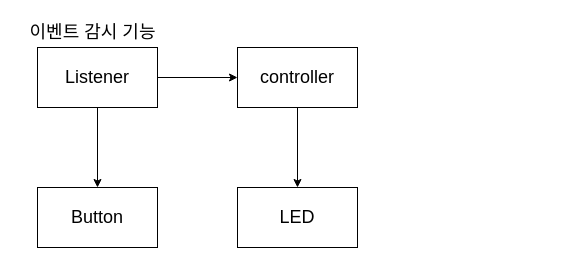
Earlier version of the draw.io diagram page "페이지-2" (2 of 2) of sw_design/architecture.drawio (Kang9609/StandLight-1). Source tidied: cells renumbered, new cells numbered last; positions are measured from the earlier drawing's top-left corner, leaving out a move shared by most shapes. Both pictures are drawn from the tidied source at 100%, with x=0, y=0 at pixel (17, 17).
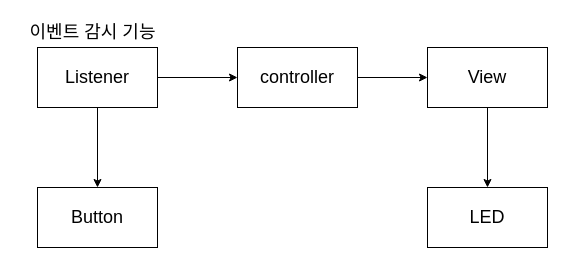
Above is the later version.

Commit message (it also covers changes not shown here):
View object 추가

The edit, as a diff of the source:
```diff
@@
 <mxGraphModel>
   <root>
     <mxCell id="0" />
     <mxCell id="1" parent="0" />
     <mxCell id="2" value="Button" style="whiteSpace=wrap;html=1;fontSize=18;" parent="1" vertex="1">
       <mxGeometry x="20" y="170" width="120" height="60" as="geometry" />
     </mxCell>
     <mxCell id="3" style="edgeStyle=none;html=1;fontSize=18;" parent="1" edge="1" source="5" target="2">
       <mxGeometry relative="1" as="geometry" />
     </mxCell>
     <mxCell id="4" style="edgeStyle=orthogonalEdgeStyle;rounded=0;html=1;exitX=1;exitY=0.5;exitDx=0;exitDy=0;fontSize=18;" parent="1" edge="1" source="5" target="9">
       <mxGeometry relative="1" as="geometry" />
     </mxCell>
     <mxCell id="5" value="Listener" style="whiteSpace=wrap;html=1;fontSize=18;" parent="1" vertex="1">
       <mxGeometry x="20" y="30" width="120" height="60" as="geometry" />
     </mxCell>
     <mxCell id="6" value="LED" style="whiteSpace=wrap;html=1;fontSize=18;" parent="1" vertex="1">
-      <mxGeometry x="220" y="170" width="120" height="60" as="geometry" />
+      <mxGeometry x="410" y="170" width="120" height="60" as="geometry" />
     </mxCell>
     <mxCell id="7" value="이벤트 감시 기능" style="text;html=1;align=center;verticalAlign=middle;strokeColor=none;fillColor=none;fontSize=18;" parent="1" vertex="1">
       <mxGeometry width="150" height="30" as="geometry" />
     </mxCell>
-    <mxCell id="8" style="edgeStyle=orthogonalEdgeStyle;rounded=0;html=1;exitX=0.5;exitY=1;exitDx=0;exitDy=0;entryX=0.5;entryY=0;entryDx=0;entryDy=0;fontSize=18;" parent="1" edge="1" source="9" target="6">
-      <mxGeometry relative="1" as="geometry" />
-    </mxCell>
+    <mxCell id="10" style="edgeStyle=orthogonalEdgeStyle;rounded=0;html=1;exitX=1;exitY=0.5;exitDx=0;exitDy=0;entryX=0;entryY=0.5;entryDx=0;entryDy=0;fontSize=18;" parent="1" edge="1" source="9" target="12">
+      <mxGeometry relative="1" as="geometry" />
+    </mxCell>
     <mxCell id="9" value="controller" style="whiteSpace=wrap;html=1;fontSize=18;" parent="1" vertex="1">
       <mxGeometry x="220" y="30" width="120" height="60" as="geometry" />
     </mxCell>
+    <mxCell id="11" style="edgeStyle=orthogonalEdgeStyle;rounded=0;html=1;exitX=0.5;exitY=1;exitDx=0;exitDy=0;fontSize=18;" parent="1" edge="1" source="12" target="6">
+      <mxGeometry relative="1" as="geometry" />
+    </mxCell>
+    <mxCell id="12" value="View" style="whiteSpace=wrap;html=1;fontSize=18;" parent="1" vertex="1">
+      <mxGeometry x="410" y="30" width="120" height="60" as="geometry" />
+    </mxCell>
   </root>
 </mxGraphModel>
```
